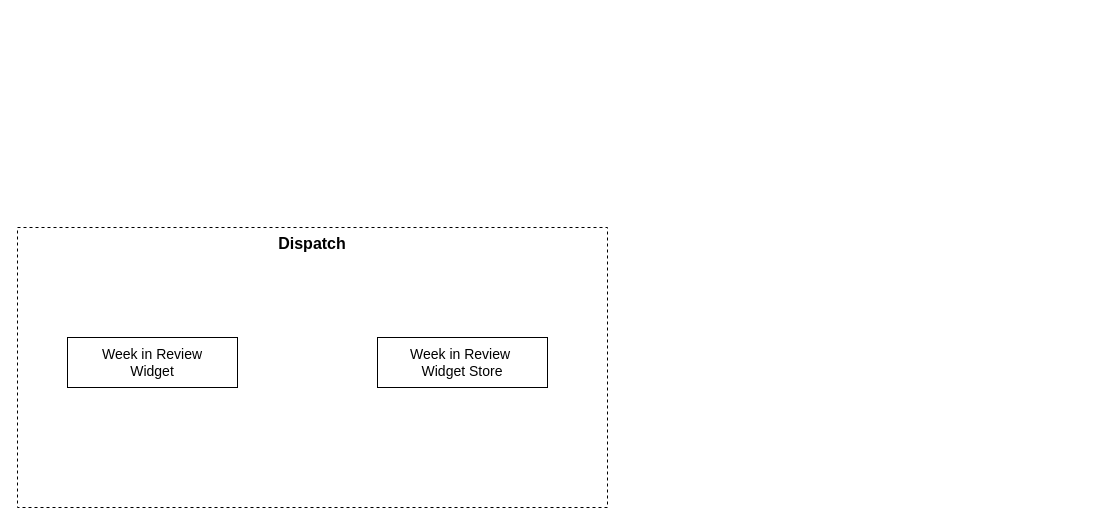
Above: ML Forecasting.drawio in gbates-e2open/drawioFiles (draw.io), before the change. Source tidied: cells renumbered, new cells numbered last; positions are measured from the earlier drawing's top-left corner, leaving out a move shared by most shapes. Both pictures are drawn from the tidied source at 100%, with x=0, y=0 at pixel (17, 227).
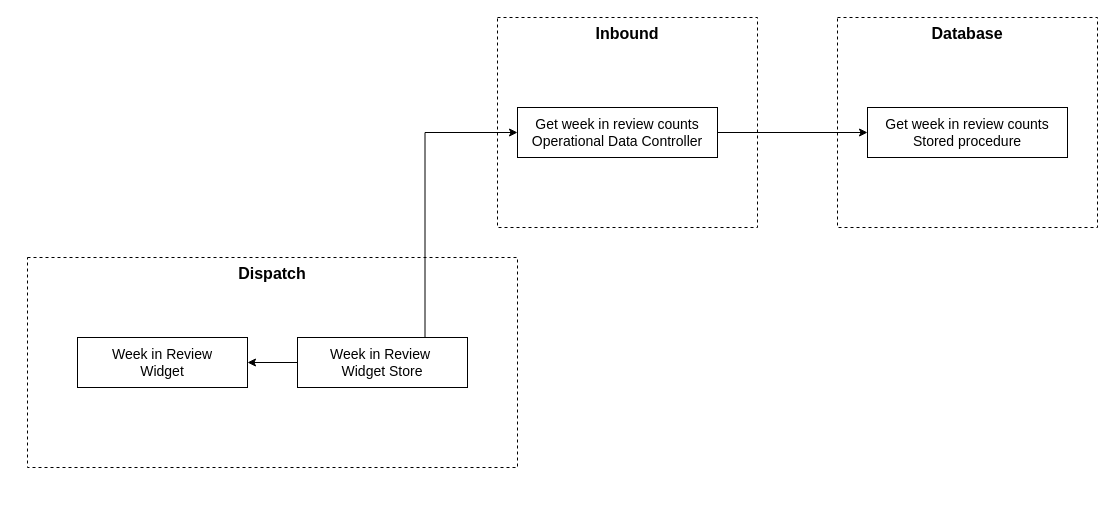
After the change.

What changed in the source:
```diff
@@
 <mxGraphModel>
   <root>
     <mxCell id="0" />
     <mxCell id="1" parent="0" />
     <mxCell id="2" value="&lt;span style=&quot;font-size: 16px;&quot;&gt;&lt;b&gt;Dispatch&lt;/b&gt;&lt;/span&gt;" style="html=1;whiteSpace=wrap;dashed=1;gradientColor=default;fillColor=none;labelPosition=center;verticalLabelPosition=middle;align=center;verticalAlign=top;" parent="1" vertex="1">
-      <mxGeometry width="590" height="280" as="geometry" />
+      <mxGeometry x="10" y="30" width="490" height="210" as="geometry" />
     </mxCell>
     <mxCell id="3" value="Week in Review&lt;div&gt;Widget&lt;/div&gt;" style="whiteSpace=wrap;html=1;align=center;fontSize=14;" parent="1" vertex="1">
-      <mxGeometry x="50" y="110" width="170" height="50" as="geometry" />
+      <mxGeometry x="60" y="110" width="170" height="50" as="geometry" />
     </mxCell>
+    <mxCell id="5" style="edgeStyle=orthogonalEdgeStyle;rounded=0;jettySize=auto;html=1;exitX=0;exitY=0.5;exitDx=0;exitDy=0;" parent="1" edge="1" source="4" target="3">
+      <mxGeometry relative="1" as="geometry" />
+    </mxCell>
+    <mxCell id="6" style="edgeStyle=orthogonalEdgeStyle;rounded=0;jettySize=auto;html=1;exitX=0.75;exitY=0;exitDx=0;exitDy=0;entryX=0;entryY=0.5;entryDx=0;entryDy=0;" parent="1" edge="1" source="4" target="9">
+      <mxGeometry relative="1" as="geometry" />
+    </mxCell>
     <mxCell id="4" value="Week in Review&amp;nbsp;&lt;div&gt;Widget Store&lt;/div&gt;" style="whiteSpace=wrap;html=1;align=center;fontSize=14;" parent="1" vertex="1">
-      <mxGeometry x="360" y="110" width="170" height="50" as="geometry" />
+      <mxGeometry x="280" y="110" width="170" height="50" as="geometry" />
     </mxCell>
+    <mxCell id="7" value="&lt;span style=&quot;font-size: 16px;&quot;&gt;&lt;b&gt;Inbound&lt;/b&gt;&lt;/span&gt;" style="html=1;whiteSpace=wrap;dashed=1;gradientColor=default;fillColor=none;labelPosition=center;verticalLabelPosition=middle;align=center;verticalAlign=top;" parent="1" vertex="1">
+      <mxGeometry x="480" y="-210" width="260" height="210" as="geometry" />
+    </mxCell>
+    <mxCell id="8" style="edgeStyle=orthogonalEdgeStyle;rounded=0;jettySize=auto;html=1;exitX=1;exitY=0.5;exitDx=0;exitDy=0;entryX=0;entryY=0.5;entryDx=0;entryDy=0;" parent="1" edge="1" source="9" target="11">
+      <mxGeometry relative="1" as="geometry" />
+    </mxCell>
+    <mxCell id="9" value="Get week in review counts&lt;br&gt;&lt;div&gt;Operational Data Controller&lt;/div&gt;" style="whiteSpace=wrap;html=1;align=center;fontSize=14;" parent="1" vertex="1">
+      <mxGeometry x="500" y="-120" width="200" height="50" as="geometry" />
+    </mxCell>
+    <mxCell id="10" value="&lt;span style=&quot;font-size: 16px;&quot;&gt;&lt;b&gt;Database&lt;/b&gt;&lt;/span&gt;" style="html=1;whiteSpace=wrap;dashed=1;gradientColor=default;fillColor=none;labelPosition=center;verticalLabelPosition=middle;align=center;verticalAlign=top;" parent="1" vertex="1">
+      <mxGeometry x="820" y="-210" width="260" height="210" as="geometry" />
+    </mxCell>
+    <mxCell id="11" value="Get week in review counts&lt;br&gt;&lt;div&gt;Stored procedure&lt;/div&gt;" style="whiteSpace=wrap;html=1;align=center;fontSize=14;" parent="1" vertex="1">
+      <mxGeometry x="850" y="-120" width="200" height="50" as="geometry" />
+    </mxCell>
   </root>
 </mxGraphModel>
```
